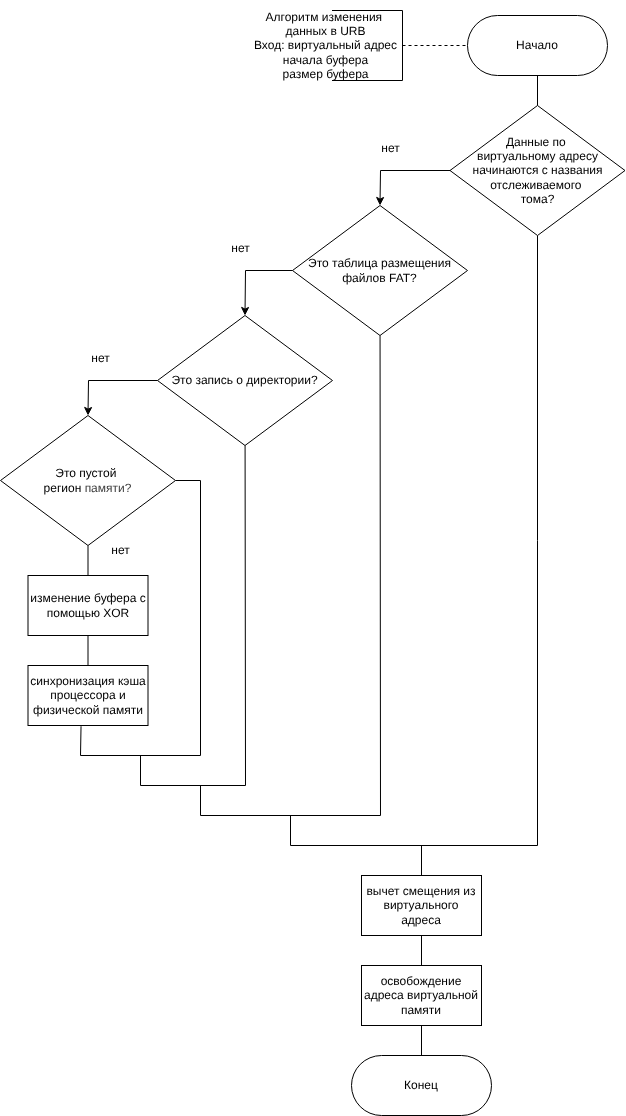
The draw.io diagram report/inc/img/changedata.drawio.png in pitsmit/OS-Course-Project, before a commit. Source tidied: cells renumbered, new cells last; positions are measured from the earlier drawing's top-left corner, leaving out a move shared by most shapes. Its diagram source:
```xml
<mxGraphModel>
  <root>
    <mxCell id="0" />
    <mxCell id="1" parent="0" />
    <mxCell id="2" style="edgeStyle=none;html=1;rounded=0;curved=0;endArrow=none;endFill=0;" parent="1" edge="1" source="3">
      <mxGeometry relative="1" as="geometry">
        <mxPoint x="290" y="815" as="targetPoint" />
        <Array as="points">
          <mxPoint x="537" y="845" />
          <mxPoint x="290" y="845" />
        </Array>
      </mxGeometry>
    </mxCell>
    <mxCell id="3" value="Данные по&amp;nbsp;&lt;div&gt;виртуальному адресу начинаются с названия отслеживаемого&amp;nbsp;&lt;/div&gt;&lt;div&gt;тома?&lt;/div&gt;" style="rhombus;whiteSpace=wrap;html=1;" parent="1" vertex="1">
      <mxGeometry x="449.5" y="105" width="175" height="130" as="geometry" />
    </mxCell>
    <mxCell id="4" style="edgeStyle=none;html=1;endArrow=none;endFill=0;rounded=0;curved=0;" parent="1" edge="1" source="5">
      <mxGeometry relative="1" as="geometry">
        <mxPoint x="200" y="785" as="targetPoint" />
        <Array as="points">
          <mxPoint x="380" y="815" />
          <mxPoint x="200" y="815" />
        </Array>
      </mxGeometry>
    </mxCell>
    <mxCell id="5" value="Это таблица размещения файлов FAT?" style="rhombus;whiteSpace=wrap;html=1;" parent="1" vertex="1">
      <mxGeometry x="292" y="205" width="175" height="130" as="geometry" />
    </mxCell>
    <mxCell id="6" style="edgeStyle=none;html=1;rounded=0;curved=0;endArrow=none;endFill=0;" parent="1" edge="1" source="7">
      <mxGeometry relative="1" as="geometry">
        <mxPoint x="140" y="755" as="targetPoint" />
        <Array as="points">
          <mxPoint x="245" y="785" />
          <mxPoint x="140" y="785" />
        </Array>
      </mxGeometry>
    </mxCell>
    <mxCell id="7" value="Это запись о директории?" style="rhombus;whiteSpace=wrap;html=1;" parent="1" vertex="1">
      <mxGeometry x="157" y="315" width="175" height="130" as="geometry" />
    </mxCell>
    <mxCell id="8" style="edgeStyle=none;html=1;endArrow=none;endFill=0;" parent="1" edge="1" source="10" target="12">
      <mxGeometry relative="1" as="geometry" />
    </mxCell>
    <mxCell id="9" style="edgeStyle=none;html=1;exitX=1;exitY=0.5;exitDx=0;exitDy=0;entryX=0.442;entryY=1.012;entryDx=0;entryDy=0;entryPerimeter=0;rounded=0;curved=0;endArrow=none;endFill=0;" parent="1" edge="1" source="10" target="13">
      <mxGeometry relative="1" as="geometry">
        <Array as="points">
          <mxPoint x="200" y="480" />
          <mxPoint x="200" y="755" />
          <mxPoint x="80" y="755" />
        </Array>
      </mxGeometry>
    </mxCell>
    <mxCell id="10" value="Это пустой&amp;nbsp;&lt;div&gt;регион&amp;nbsp;&lt;span style=&quot;color: rgb(63, 63, 63); background-color: transparent;&quot;&gt;памяти?&lt;/span&gt;&lt;/div&gt;" style="rhombus;whiteSpace=wrap;html=1;" parent="1" vertex="1">
      <mxGeometry y="415" width="175" height="130" as="geometry" />
    </mxCell>
    <mxCell id="11" style="edgeStyle=none;html=1;endArrow=none;endFill=0;" parent="1" edge="1" source="12" target="13">
      <mxGeometry relative="1" as="geometry" />
    </mxCell>
    <mxCell id="12" value="изменение буфера с помощью XOR" style="rounded=0;whiteSpace=wrap;html=1;" parent="1" vertex="1">
      <mxGeometry x="27.5" y="575" width="120" height="60" as="geometry" />
    </mxCell>
    <mxCell id="13" value="синхронизация кэша процессора и физической памяти" style="rounded=0;whiteSpace=wrap;html=1;" parent="1" vertex="1">
      <mxGeometry x="27.5" y="665" width="120" height="60" as="geometry" />
    </mxCell>
    <mxCell id="14" style="edgeStyle=none;html=1;entryX=0.5;entryY=0;entryDx=0;entryDy=0;endArrow=none;endFill=0;" parent="1" edge="1" source="16" target="17">
      <mxGeometry relative="1" as="geometry" />
    </mxCell>
    <mxCell id="15" style="edgeStyle=none;html=1;endArrow=none;endFill=0;" parent="1" edge="1" source="16">
      <mxGeometry relative="1" as="geometry">
        <mxPoint x="421" y="845" as="targetPoint" />
      </mxGeometry>
    </mxCell>
    <mxCell id="16" value="вычет смещения из&lt;div&gt;виртуального адреса&lt;/div&gt;" style="rounded=0;whiteSpace=wrap;html=1;" parent="1" vertex="1">
      <mxGeometry x="361" y="875" width="120" height="60" as="geometry" />
    </mxCell>
    <mxCell id="17" value="освобождение адреса виртуальной памяти" style="rounded=0;whiteSpace=wrap;html=1;" parent="1" vertex="1">
      <mxGeometry x="361" y="965" width="120" height="60" as="geometry" />
    </mxCell>
    <mxCell id="18" style="endArrow=classic;html=1;exitX=0;exitY=0.5;exitDx=0;exitDy=0;entryX=0.5;entryY=0;entryDx=0;entryDy=0;rounded=0;curved=0;" parent="1" edge="1" source="3" target="5">
      <mxGeometry relative="1" as="geometry">
        <Array as="points">
          <mxPoint x="380" y="170" />
        </Array>
      </mxGeometry>
    </mxCell>
    <mxCell id="19" style="endArrow=classic;html=1;entryX=0.5;entryY=0;entryDx=0;entryDy=0;exitX=0;exitY=0.5;exitDx=0;exitDy=0;rounded=0;curved=0;" parent="1" edge="1" source="5" target="7">
      <mxGeometry relative="1" as="geometry">
        <Array as="points">
          <mxPoint x="245" y="270" />
        </Array>
      </mxGeometry>
    </mxCell>
    <mxCell id="20" style="endArrow=classic;html=1;exitX=0;exitY=0.5;exitDx=0;exitDy=0;entryX=0.5;entryY=0;entryDx=0;entryDy=0;rounded=0;curved=0;" parent="1" edge="1" source="7" target="10">
      <mxGeometry relative="1" as="geometry">
        <Array as="points">
          <mxPoint x="88" y="380" />
        </Array>
      </mxGeometry>
    </mxCell>
    <mxCell id="21" style="edgeStyle=none;html=1;entryX=0.5;entryY=0;entryDx=0;entryDy=0;endArrow=none;endFill=0;" parent="1" edge="1" source="22" target="3">
      <mxGeometry relative="1" as="geometry" />
    </mxCell>
    <mxCell id="22" value="Начало" style="rounded=1;whiteSpace=wrap;html=1;arcSize=50;" parent="1" vertex="1">
      <mxGeometry x="467" y="15" width="140" height="60" as="geometry" />
    </mxCell>
    <mxCell id="23" style="edgeStyle=none;html=1;entryX=0.5;entryY=1;entryDx=0;entryDy=0;endArrow=none;endFill=0;" parent="1" edge="1" source="24" target="17">
      <mxGeometry relative="1" as="geometry" />
    </mxCell>
    <mxCell id="24" value="Конец" style="rounded=1;whiteSpace=wrap;html=1;arcSize=50;" parent="1" vertex="1">
      <mxGeometry x="351" y="1055" width="140" height="60" as="geometry" />
    </mxCell>
    <mxCell id="25" value="нет" style="text;html=1;align=center;verticalAlign=middle;strokeColor=none;fillColor=none;" parent="1" vertex="1">
      <mxGeometry x="370" y="133" width="40" height="30" as="geometry" />
    </mxCell>
    <mxCell id="26" value="нет" style="text;html=1;align=center;verticalAlign=middle;strokeColor=none;fillColor=none;" parent="1" vertex="1">
      <mxGeometry x="220" y="233" width="40" height="30" as="geometry" />
    </mxCell>
    <mxCell id="27" value="нет" style="text;html=1;align=center;verticalAlign=middle;strokeColor=none;fillColor=none;" parent="1" vertex="1">
      <mxGeometry x="80" y="343" width="40" height="30" as="geometry" />
    </mxCell>
    <mxCell id="28" value="нет" style="text;html=1;align=center;verticalAlign=middle;strokeColor=none;fillColor=none;" parent="1" vertex="1">
      <mxGeometry x="100" y="535" width="40" height="30" as="geometry" />
    </mxCell>
    <mxCell id="29" style="edgeStyle=none;html=1;entryX=0;entryY=0.5;entryDx=0;entryDy=0;endArrow=none;endFill=0;dashed=1;" parent="1" edge="1" source="30" target="22">
      <mxGeometry relative="1" as="geometry" />
    </mxCell>
    <mxCell id="30" style="shape=partialRectangle;whiteSpace=wrap;html=1;bottom=1;right=1;left=1;top=0;fillColor=none;routingCenterX=-0.5;direction=north;" parent="1" vertex="1">
      <mxGeometry x="332" y="10" width="70" height="70" as="geometry" />
    </mxCell>
    <mxCell id="31" value="Алгоритм изменения&amp;nbsp;&lt;div&gt;данных в URB&lt;div&gt;&lt;div&gt;Вход: виртуальный адрес&lt;/div&gt;&lt;/div&gt;&lt;/div&gt;&lt;div&gt;начала буфера&lt;/div&gt;&lt;div&gt;размер буфера&lt;/div&gt;" style="text;html=1;align=center;verticalAlign=middle;strokeColor=none;fillColor=none;" parent="1" vertex="1">
      <mxGeometry x="240" width="170" height="90" as="geometry" />
    </mxCell>
  </root>
</mxGraphModel>
```
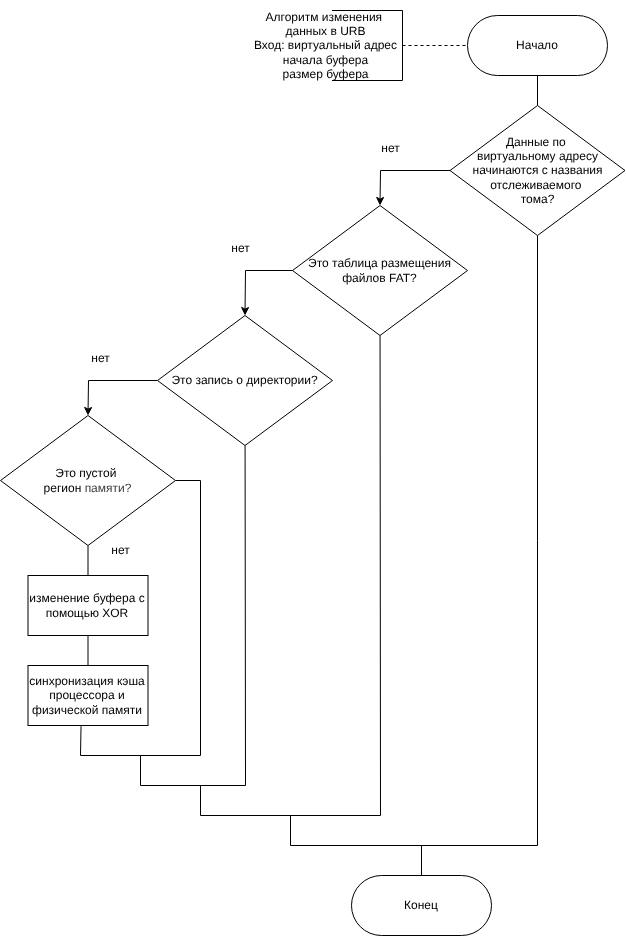
Above is the later version.

Diff of the diagram source:
```diff
@@ -62,20 +62,6 @@
     <mxCell id="13" value="синхронизация кэша процессора и физической памяти" style="rounded=0;whiteSpace=wrap;html=1;" parent="1" vertex="1">
       <mxGeometry x="27.5" y="665" width="120" height="60" as="geometry" />
     </mxCell>
-    <mxCell id="14" style="edgeStyle=none;html=1;entryX=0.5;entryY=0;entryDx=0;entryDy=0;endArrow=none;endFill=0;" parent="1" edge="1" source="16" target="17">
-      <mxGeometry relative="1" as="geometry" />
-    </mxCell>
-    <mxCell id="15" style="edgeStyle=none;html=1;endArrow=none;endFill=0;" parent="1" edge="1" source="16">
-      <mxGeometry relative="1" as="geometry">
-        <mxPoint x="421" y="845" as="targetPoint" />
-      </mxGeometry>
-    </mxCell>
-    <mxCell id="16" value="вычет смещения из&lt;div&gt;виртуального адреса&lt;/div&gt;" style="rounded=0;whiteSpace=wrap;html=1;" parent="1" vertex="1">
-      <mxGeometry x="361" y="875" width="120" height="60" as="geometry" />
-    </mxCell>
-    <mxCell id="17" value="освобождение адреса виртуальной памяти" style="rounded=0;whiteSpace=wrap;html=1;" parent="1" vertex="1">
-      <mxGeometry x="361" y="965" width="120" height="60" as="geometry" />
-    </mxCell>
     <mxCell id="18" style="endArrow=classic;html=1;exitX=0;exitY=0.5;exitDx=0;exitDy=0;entryX=0.5;entryY=0;entryDx=0;entryDy=0;rounded=0;curved=0;" parent="1" edge="1" source="3" target="5">
       <mxGeometry relative="1" as="geometry">
         <Array as="points">
@@ -103,11 +89,13 @@
     <mxCell id="22" value="Начало" style="rounded=1;whiteSpace=wrap;html=1;arcSize=50;" parent="1" vertex="1">
       <mxGeometry x="467" y="15" width="140" height="60" as="geometry" />
     </mxCell>
-    <mxCell id="23" style="edgeStyle=none;html=1;entryX=0.5;entryY=1;entryDx=0;entryDy=0;endArrow=none;endFill=0;" parent="1" edge="1" source="24" target="17">
-      <mxGeometry relative="1" as="geometry" />
-    </mxCell>
+    <mxCell id="32" style="edgeStyle=none;html=1;endArrow=none;endFill=0;" parent="1" edge="1" source="24">
+      <mxGeometry relative="1" as="geometry">
+        <mxPoint x="421" y="845" as="targetPoint" />
+      </mxGeometry>
+    </mxCell>
     <mxCell id="24" value="Конец" style="rounded=1;whiteSpace=wrap;html=1;arcSize=50;" parent="1" vertex="1">
-      <mxGeometry x="351" y="1055" width="140" height="60" as="geometry" />
+      <mxGeometry x="351" y="875" width="140" height="60" as="geometry" />
     </mxCell>
     <mxCell id="25" value="нет" style="text;html=1;align=center;verticalAlign=middle;strokeColor=none;fillColor=none;" parent="1" vertex="1">
       <mxGeometry x="370" y="133" width="40" height="30" as="geometry" />
```
